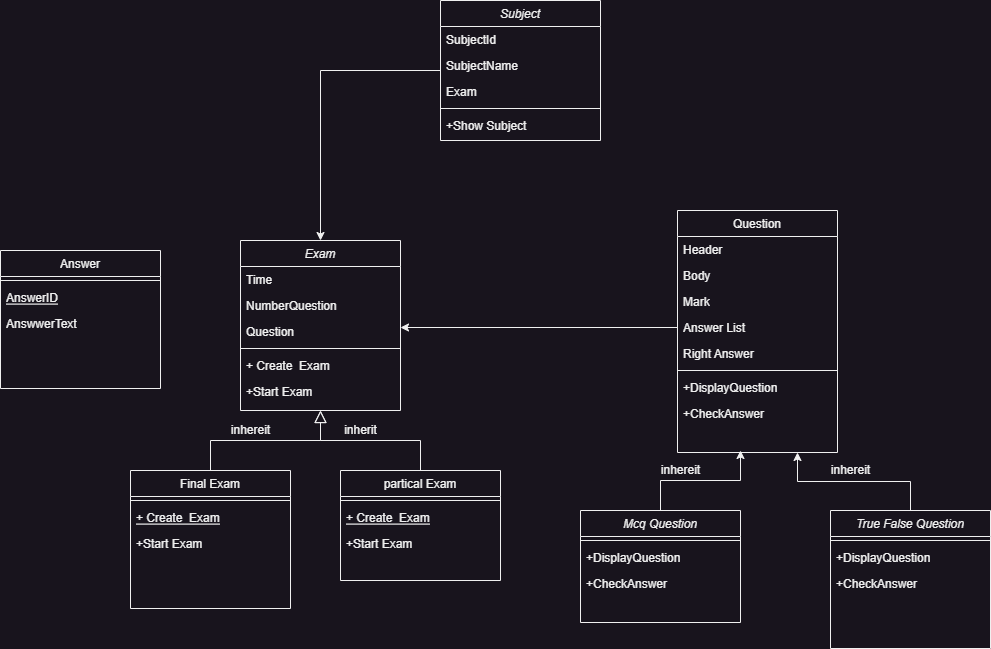
Before: Untitled Diagram.drawio.png, a diagram exported from draw.io (MohHamza106/Examination-system). Source tidied: cells renumbered, new cells last; positions are measured from the earlier drawing's top-left corner, leaving out a move shared by most shapes.
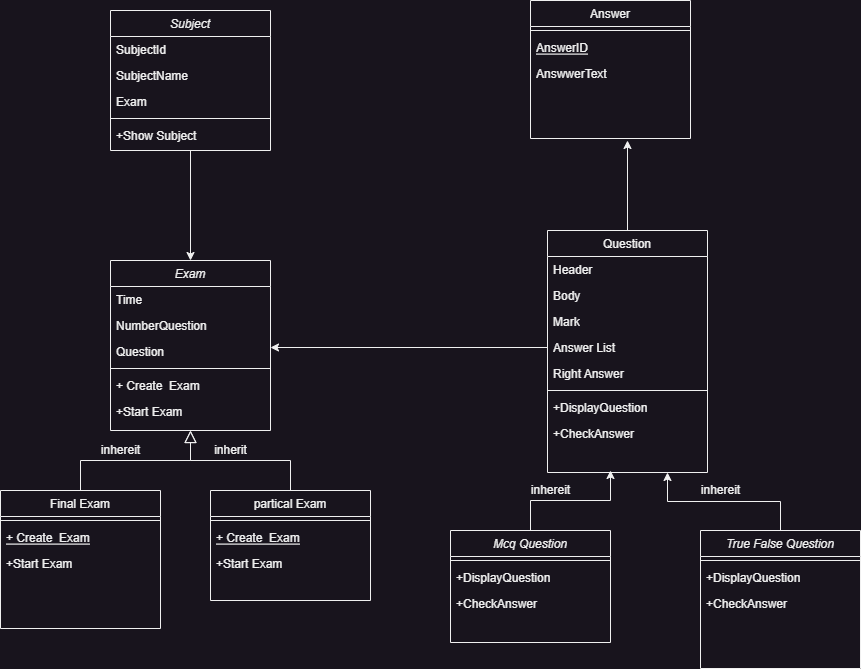
The same file after the commit.

What changed in the source:
```diff
@@ -53,6 +53,11 @@
     <mxCell id="18" style="endArrow=block;endSize=10;endFill=0;shadow=0;strokeWidth=1;rounded=0;edgeStyle=elbowEdgeStyle;elbow=vertical;" parent="1" edge="1" source="14" target="2">
       <mxGeometry relative="1" as="geometry" />
     </mxCell>
+    <mxCell id="54" style="edgeStyle=orthogonalEdgeStyle;rounded=0;jettySize=auto;html=1;" parent="1" edge="1" source="19">
+      <mxGeometry relative="1" as="geometry">
+        <mxPoint x="757" y="120" as="targetPoint" />
+      </mxGeometry>
+    </mxCell>
     <mxCell id="19" value="Question" style="swimlane;fontStyle=0;align=center;verticalAlign=top;horizontal=1;startSize=26;rounded=0;shadow=0;strokeWidth=1;" parent="1" vertex="1">
       <mxGeometry x="677" y="210" width="160" height="242" as="geometry" />
     </mxCell>
@@ -128,7 +133,7 @@
       <mxGeometry relative="1" as="geometry" />
     </mxCell>
     <mxCell id="43" value="Answer" style="swimlane;fontStyle=0;align=center;verticalAlign=top;horizontal=1;startSize=26;rounded=0;shadow=0;strokeWidth=1;" parent="1" vertex="1">
-      <mxGeometry y="250" width="160" height="138" as="geometry" />
+      <mxGeometry x="660" y="-20" width="160" height="138" as="geometry" />
     </mxCell>
     <mxCell id="44" style="line;html=1;strokeWidth=1;align=left;verticalAlign=middle;spacingTop=-1;spacingLeft=3;spacingRight=3;labelPosition=right;" parent="43" vertex="1">
       <mxGeometry y="26" width="160" height="8" as="geometry" />
@@ -143,7 +148,7 @@
       <mxGeometry relative="1" as="geometry" />
     </mxCell>
     <mxCell id="48" value="Subject" style="swimlane;fontStyle=2;align=center;verticalAlign=top;horizontal=1;startSize=26;rounded=0;shadow=0;strokeWidth=1;" parent="1" vertex="1">
-      <mxGeometry x="440" width="160" height="140" as="geometry" />
+      <mxGeometry x="240" y="-10" width="160" height="140" as="geometry" />
     </mxCell>
     <mxCell id="49" value="SubjectId" style="text;align=left;verticalAlign=top;spacingLeft=4;spacingRight=4;overflow=hidden;" parent="48" vertex="1">
       <mxGeometry y="26" width="160" height="26" as="geometry" />
```
